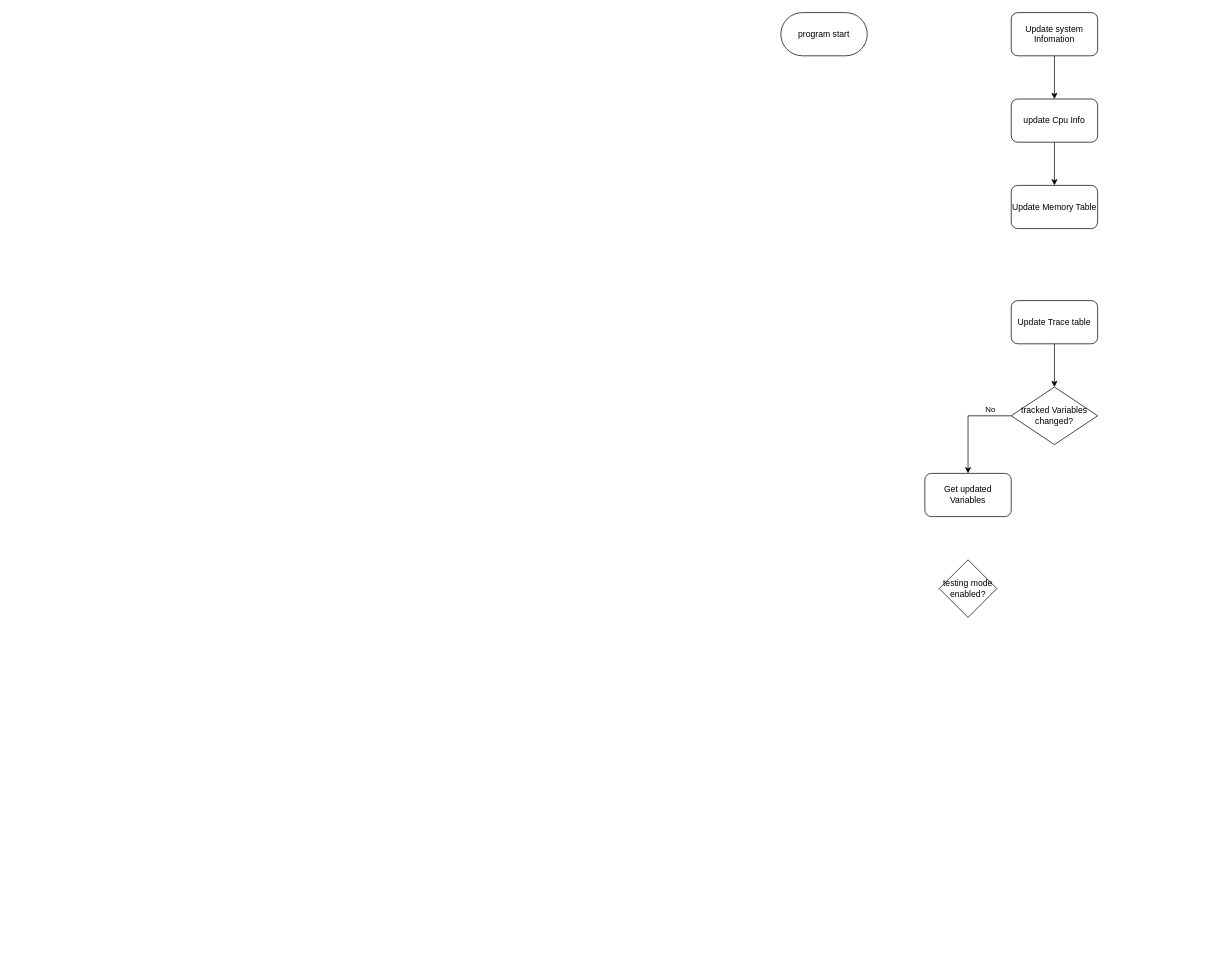
This is flowchart.drawio from yetAnotherEgirl/AQA-Assembly-emulator, a draw.io file, before an edit. Source tidied: cells renumbered, new cells numbered last; positions are measured from the earlier drawing's top-left corner, leaving out a move shared by most shapes. Both pictures are drawn from the tidied source at 72%, with x=0, y=0 at pixel (780, 12).
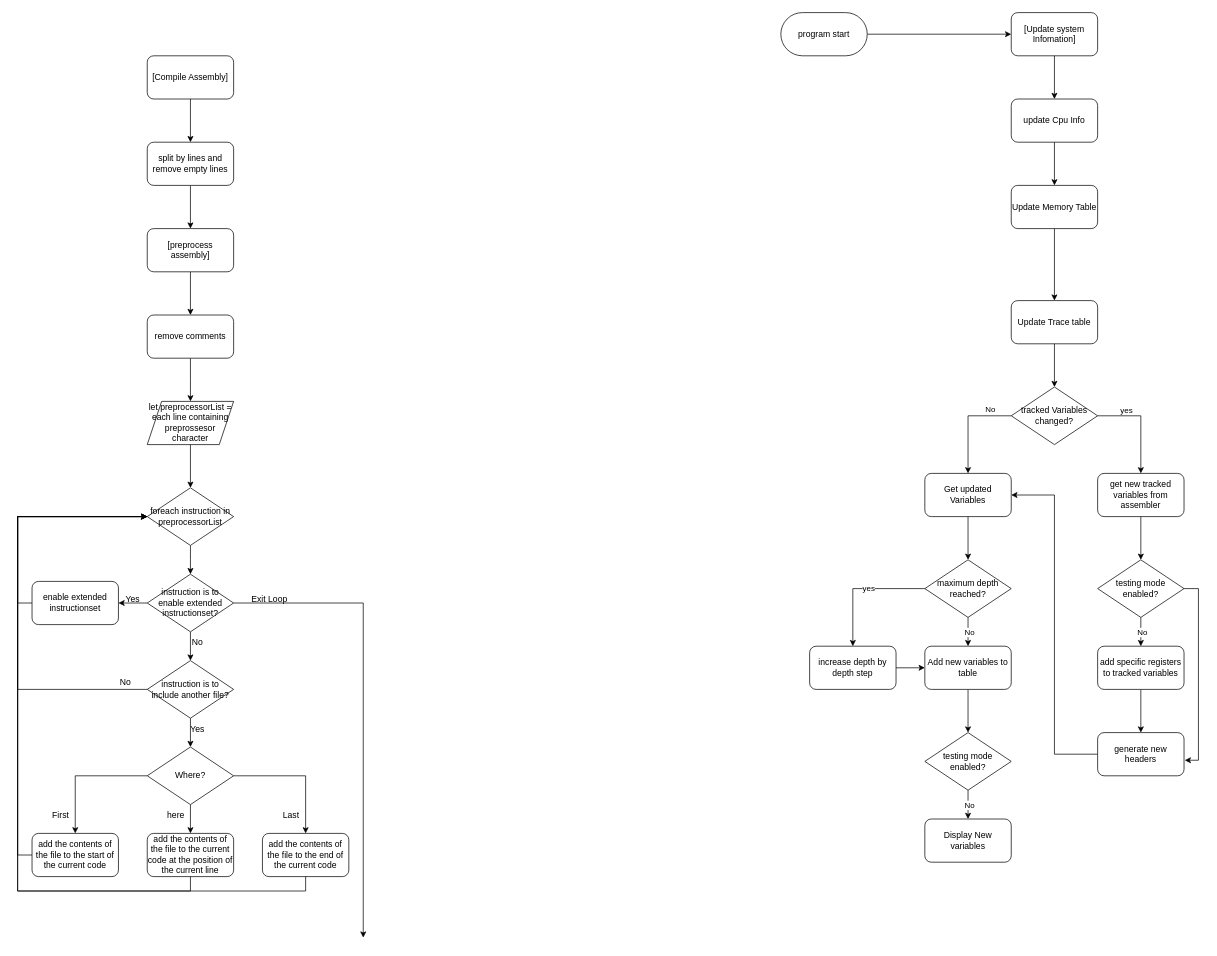
The same page after the edit.

The change refers to these unchanged cells:
```xml
<mxCell id="2" value="&lt;div&gt;program start&lt;/div&gt;" style="rounded=1;whiteSpace=wrap;html=1;arcSize=50;" parent="1" vertex="1">
  <mxGeometry width="120" height="60" as="geometry" />
</mxCell>
<mxCell id="7" value="&lt;div&gt;Update Memory Table&lt;/div&gt;" style="rounded=1;whiteSpace=wrap;html=1;" parent="1" vertex="1">
  <mxGeometry x="320" y="240" width="120" height="60" as="geometry" />
</mxCell>
<mxCell id="8" value="&lt;div&gt;Update Trace table&lt;/div&gt;" style="rounded=1;whiteSpace=wrap;html=1;" parent="1" vertex="1">
  <mxGeometry x="320" y="400" width="120" height="60" as="geometry" />
</mxCell>
<mxCell id="9" value="tracked Variables changed?" style="rhombus;whiteSpace=wrap;html=1;" parent="1" vertex="1">
  <mxGeometry x="320" y="520" width="120" height="80" as="geometry" />
</mxCell>
<mxCell id="13" value="Get updated Variables" style="rounded=1;whiteSpace=wrap;html=1;" parent="1" vertex="1">
  <mxGeometry x="200" y="640" width="120" height="60" as="geometry" />
</mxCell>
```

Diff of the diagram source:
```diff
@@
+    <mxCell id="15" style="edgeStyle=orthogonalEdgeStyle;rounded=0;jettySize=auto;html=1;entryX=0;entryY=0.5;entryDx=0;entryDy=0;" parent="1" edge="1" source="2" target="3">
+      <mxGeometry relative="1" as="geometry" />
+    </mxCell>
@@
-    <mxCell id="3" value="&lt;div&gt;Update system &lt;br&gt;&lt;/div&gt;&lt;div&gt;Infomation&lt;br&gt;&lt;/div&gt;" style="rounded=1;whiteSpace=wrap;html=1;" parent="1" vertex="1">
+    <mxCell id="3" value="&lt;div&gt;[Update system &lt;br&gt;&lt;/div&gt;&lt;div&gt;Infomation]&lt;br&gt;&lt;/div&gt;" style="rounded=1;whiteSpace=wrap;html=1;" parent="1" vertex="1">
       <mxGeometry x="320" width="120" height="60" as="geometry" />
     </mxCell>
@@
+    <mxCell id="16" style="edgeStyle=orthogonalEdgeStyle;rounded=0;jettySize=auto;html=1;entryX=0.5;entryY=0;entryDx=0;entryDy=0;" parent="1" edge="1" source="7" target="8">
+      <mxGeometry relative="1" as="geometry" />
+    </mxCell>
@@
+    <mxCell id="17" style="edgeStyle=orthogonalEdgeStyle;rounded=0;jettySize=auto;html=1;entryX=0.5;entryY=0;entryDx=0;entryDy=0;exitX=0.5;exitY=1;exitDx=0;exitDy=0;" parent="1" edge="1" source="13" target="37">
+      <mxGeometry relative="1" as="geometry" />
+    </mxCell>
@@
     <mxCell id="14" value="testing mode enabled?" style="rhombus;whiteSpace=wrap;html=1;" parent="1" vertex="1">
-      <mxGeometry x="220" y="760" width="80" height="80" as="geometry" />
+      <mxGeometry x="200" y="1000" width="120" height="80" as="geometry" />
     </mxCell>
+    <mxCell id="18" style="endArrow=classic;html=1;rounded=0;exitX=0.5;exitY=1;exitDx=0;exitDy=0;" parent="1" edge="1" source="14">
+      <mxGeometry relative="1" as="geometry">
+        <mxPoint x="260" y="1120" as="targetPoint" />
+      </mxGeometry>
+    </mxCell>
+    <mxCell id="19" value="&lt;div&gt;No&lt;br&gt;&lt;/div&gt;" style="edgeLabel;html=1;align=center;verticalAlign=middle;" parent="18" vertex="1">
+      <mxGeometry relative="1" as="geometry">
+        <mxPoint x="1" as="offset" />
+      </mxGeometry>
+    </mxCell>
+    <mxCell id="20" value="Display New variables" style="rounded=1;whiteSpace=wrap;html=1;" parent="1" vertex="1">
+      <mxGeometry x="200" y="1120" width="120" height="60" as="geometry" />
+    </mxCell>
+    <mxCell id="21" style="edgeStyle=orthogonalEdgeStyle;rounded=0;jettySize=auto;html=1;" parent="1" edge="1" source="22" target="14">
+      <mxGeometry relative="1" as="geometry" />
+    </mxCell>
+    <mxCell id="22" value="Add new variables to table" style="rounded=1;whiteSpace=wrap;html=1;" parent="1" vertex="1">
+      <mxGeometry x="200" y="880" width="120" height="60" as="geometry" />
+    </mxCell>
+    <mxCell id="23" style="endArrow=classic;html=1;rounded=0;exitX=1;exitY=0.5;exitDx=0;exitDy=0;entryX=0.5;entryY=0;entryDx=0;entryDy=0;" parent="1" edge="1" source="9" target="26">
+      <mxGeometry relative="1" as="geometry">
+        <Array as="points">
+          <mxPoint x="500" y="560" />
+        </Array>
+      </mxGeometry>
+    </mxCell>
+    <mxCell id="24" value="&lt;div&gt;yes&lt;/div&gt;" style="edgeLabel;html=1;align=left;verticalAlign=bottom;" parent="23" vertex="1">
+      <mxGeometry x="-1" relative="1" as="geometry">
+        <mxPoint x="30" as="offset" />
+      </mxGeometry>
+    </mxCell>
+    <mxCell id="25" style="edgeStyle=orthogonalEdgeStyle;rounded=0;jettySize=auto;html=1;exitX=0.5;exitY=1;exitDx=0;exitDy=0;" parent="1" edge="1" source="26" target="29">
+      <mxGeometry relative="1" as="geometry" />
+    </mxCell>
+    <mxCell id="26" value="get new tracked variables from assembler" style="rounded=1;whiteSpace=wrap;html=1;" parent="1" vertex="1">
+      <mxGeometry x="440" y="640" width="120" height="60" as="geometry" />
+    </mxCell>
+    <mxCell id="27" style="edgeStyle=orthogonalEdgeStyle;rounded=0;jettySize=auto;html=1;entryX=1;entryY=0.5;entryDx=0;entryDy=0;" parent="1" edge="1" source="28" target="13">
+      <mxGeometry relative="1" as="geometry" />
+    </mxCell>
+    <mxCell id="28" value="generate new headers" style="rounded=1;whiteSpace=wrap;html=1;" parent="1" vertex="1">
+      <mxGeometry x="440" y="1000" width="120" height="60" as="geometry" />
+    </mxCell>
+    <mxCell id="29" value="testing mode enabled?" style="rhombus;whiteSpace=wrap;html=1;" parent="1" vertex="1">
+      <mxGeometry x="440" y="760" width="120" height="80" as="geometry" />
+    </mxCell>
+    <mxCell id="30" style="endArrow=classic;html=1;rounded=0;exitX=0.5;exitY=1;exitDx=0;exitDy=0;entryX=0.5;entryY=0;entryDx=0;entryDy=0;" parent="1" edge="1" source="29" target="33">
+      <mxGeometry relative="1" as="geometry" />
+    </mxCell>
+    <mxCell id="31" value="&lt;div&gt;No&lt;br&gt;&lt;/div&gt;" style="edgeLabel;html=1;align=center;verticalAlign=middle;" parent="30" vertex="1">
+      <mxGeometry relative="1" as="geometry">
+        <mxPoint x="1" as="offset" />
+      </mxGeometry>
+    </mxCell>
+    <mxCell id="32" style="edgeStyle=orthogonalEdgeStyle;rounded=0;jettySize=auto;html=1;exitX=0.5;exitY=1;exitDx=0;exitDy=0;entryX=0.5;entryY=0;entryDx=0;entryDy=0;" parent="1" edge="1" source="33" target="28">
+      <mxGeometry relative="1" as="geometry" />
+    </mxCell>
+    <mxCell id="33" value="&lt;div&gt;add specific registers to tracked variables&lt;/div&gt;" style="rounded=1;whiteSpace=wrap;html=1;" parent="1" vertex="1">
+      <mxGeometry x="440" y="880" width="120" height="60" as="geometry" />
+    </mxCell>
+    <mxCell id="34" style="edgeStyle=orthogonalEdgeStyle;rounded=0;jettySize=auto;html=1;exitX=1;exitY=0.5;exitDx=0;exitDy=0;entryX=1.008;entryY=0.64;entryDx=0;entryDy=0;entryPerimeter=0;" parent="1" edge="1" source="29" target="28">
+      <mxGeometry relative="1" as="geometry" />
+    </mxCell>
+    <mxCell id="35" style="edgeStyle=orthogonalEdgeStyle;rounded=0;jettySize=auto;html=1;entryX=0.5;entryY=0;entryDx=0;entryDy=0;" parent="1" edge="1" source="37" target="41">
+      <mxGeometry relative="1" as="geometry" />
+    </mxCell>
+    <mxCell id="36" value="&lt;div&gt;yes&lt;/div&gt;" style="edgeLabel;html=1;align=center;verticalAlign=middle;" parent="35" vertex="1">
+      <mxGeometry x="-0.12" y="-1" relative="1" as="geometry" />
+    </mxCell>
+    <mxCell id="37" value="maximum depth reached?" style="rhombus;whiteSpace=wrap;html=1;" parent="1" vertex="1">
+      <mxGeometry x="200" y="760" width="120" height="80" as="geometry" />
+    </mxCell>
+    <mxCell id="38" style="endArrow=classic;html=1;rounded=0;exitX=0.5;exitY=1;exitDx=0;exitDy=0;entryX=0.5;entryY=0;entryDx=0;entryDy=0;" parent="1" edge="1" source="37" target="22">
+      <mxGeometry relative="1" as="geometry" />
+    </mxCell>
+    <mxCell id="39" value="&lt;div&gt;No&lt;br&gt;&lt;/div&gt;" style="edgeLabel;html=1;align=center;verticalAlign=middle;" parent="38" vertex="1">
+      <mxGeometry relative="1" as="geometry">
+        <mxPoint x="1" as="offset" />
+      </mxGeometry>
+    </mxCell>
+    <mxCell id="40" style="edgeStyle=orthogonalEdgeStyle;rounded=0;jettySize=auto;html=1;entryX=0;entryY=0.5;entryDx=0;entryDy=0;" parent="1" edge="1" source="41" target="22">
+      <mxGeometry relative="1" as="geometry" />
+    </mxCell>
+    <mxCell id="41" value="increase depth by depth step" style="rounded=1;whiteSpace=wrap;html=1;" parent="1" vertex="1">
+      <mxGeometry x="40" y="880" width="120" height="60" as="geometry" />
+    </mxCell>
+    <mxCell id="42" style="edgeStyle=orthogonalEdgeStyle;rounded=0;jettySize=auto;html=1;entryX=0.5;entryY=0;entryDx=0;entryDy=0;" parent="1" edge="1" source="43" target="45">
+      <mxGeometry relative="1" as="geometry" />
+    </mxCell>
+    <mxCell id="43" value="[Compile Assembly]" style="rounded=1;whiteSpace=wrap;html=1;" parent="1" vertex="1">
+      <mxGeometry x="-880" y="60" width="120" height="60" as="geometry" />
+    </mxCell>
+    <mxCell id="44" style="edgeStyle=orthogonalEdgeStyle;rounded=0;jettySize=auto;html=1;entryX=0.5;entryY=0;entryDx=0;entryDy=0;" parent="1" edge="1" source="45" target="47">
+      <mxGeometry relative="1" as="geometry" />
+    </mxCell>
+    <mxCell id="45" value="split by lines and remove empty lines" style="rounded=1;whiteSpace=wrap;html=1;" parent="1" vertex="1">
+      <mxGeometry x="-880" y="180" width="120" height="60" as="geometry" />
+    </mxCell>
+    <mxCell id="46" style="edgeStyle=orthogonalEdgeStyle;rounded=0;jettySize=auto;html=1;entryX=0.5;entryY=0;entryDx=0;entryDy=0;" parent="1" edge="1" source="47" target="49">
+      <mxGeometry relative="1" as="geometry" />
+    </mxCell>
+    <mxCell id="47" value="[preprocess assembly]" style="rounded=1;whiteSpace=wrap;html=1;" parent="1" vertex="1">
+      <mxGeometry x="-880" y="300" width="120" height="60" as="geometry" />
+    </mxCell>
+    <mxCell id="48" style="edgeStyle=orthogonalEdgeStyle;rounded=0;jettySize=auto;html=1;entryX=0.5;entryY=0;entryDx=0;entryDy=0;" parent="1" edge="1" source="49">
+      <mxGeometry relative="1" as="geometry">
+        <mxPoint x="-820" y="540" as="targetPoint" />
+      </mxGeometry>
+    </mxCell>
+    <mxCell id="49" value="remove comments" style="rounded=1;whiteSpace=wrap;html=1;" parent="1" vertex="1">
+      <mxGeometry x="-880" y="420" width="120" height="60" as="geometry" />
+    </mxCell>
+    <mxCell id="50" style="edgeStyle=orthogonalEdgeStyle;rounded=0;jettySize=auto;html=1;entryX=0.5;entryY=0;entryDx=0;entryDy=0;" parent="1" edge="1" source="51" target="53">
+      <mxGeometry relative="1" as="geometry" />
+    </mxCell>
+    <mxCell id="51" value="let preprocessorList = each line containing preprossesor character" style="shape=parallelogram;perimeter=parallelogramPerimeter;whiteSpace=wrap;html=1;fixedSize=1;" parent="1" vertex="1">
+      <mxGeometry x="-880" y="540" width="120" height="60" as="geometry" />
+    </mxCell>
+    <mxCell id="52" style="edgeStyle=orthogonalEdgeStyle;rounded=0;jettySize=auto;html=1;" parent="1" edge="1" source="53">
+      <mxGeometry relative="1" as="geometry">
+        <mxPoint x="-820" y="780" as="targetPoint" />
+      </mxGeometry>
+    </mxCell>
+    <mxCell id="53" value="foreach instruction in preprocessorList" style="rhombus;whiteSpace=wrap;html=1;" parent="1" vertex="1">
+      <mxGeometry x="-880" y="660" width="120" height="80" as="geometry" />
+    </mxCell>
+    <mxCell id="54" style="edgeStyle=orthogonalEdgeStyle;rounded=0;jettySize=auto;html=1;" parent="1" edge="1" source="56" target="58">
+      <mxGeometry relative="1" as="geometry" />
+    </mxCell>
+    <mxCell id="55" style="edgeStyle=orthogonalEdgeStyle;rounded=0;jettySize=auto;html=1;" parent="1" edge="1" source="56" target="61">
+      <mxGeometry relative="1" as="geometry" />
+    </mxCell>
+    <mxCell id="56" value="instruction is to enable extended instructionset?" style="rhombus;whiteSpace=wrap;html=1;" parent="1" vertex="1">
+      <mxGeometry x="-880" y="780" width="120" height="80" as="geometry" />
+    </mxCell>
+    <mxCell id="57" style="edgeStyle=orthogonalEdgeStyle;rounded=0;jettySize=auto;html=1;entryX=0;entryY=0.5;entryDx=0;entryDy=0;" parent="1" edge="1" source="58" target="53">
+      <mxGeometry relative="1" as="geometry">
+        <Array as="points">
+          <mxPoint x="-1060" y="820" />
+          <mxPoint x="-1060" y="700" />
+        </Array>
+      </mxGeometry>
+    </mxCell>
+    <mxCell id="58" value="enable extended instructionset" style="rounded=1;whiteSpace=wrap;html=1;" parent="1" vertex="1">
+      <mxGeometry x="-1040" y="790" width="120" height="60" as="geometry" />
+    </mxCell>
+    <mxCell id="59" value="Yes" style="text;html=1;align=center;verticalAlign=middle;whiteSpace=wrap;rounded=0;" parent="1" vertex="1">
+      <mxGeometry x="-930" y="800" width="60" height="30" as="geometry" />
+    </mxCell>
+    <mxCell id="60" style="edgeStyle=orthogonalEdgeStyle;rounded=0;jettySize=auto;html=1;" parent="1" edge="1" source="61" target="68">
+      <mxGeometry relative="1" as="geometry" />
+    </mxCell>
+    <mxCell id="61" value="instruction is to include another file?" style="rhombus;whiteSpace=wrap;html=1;" parent="1" vertex="1">
+      <mxGeometry x="-880" y="900" width="120" height="80" as="geometry" />
+    </mxCell>
+    <mxCell id="62" value="No" style="text;html=1;align=center;verticalAlign=middle;whiteSpace=wrap;rounded=0;" parent="1" vertex="1">
+      <mxGeometry x="-840" y="860" width="60" height="30" as="geometry" />
+    </mxCell>
+    <mxCell id="63" style="endArrow=classic;html=1;rounded=0;exitX=0;exitY=0.5;exitDx=0;exitDy=0;" parent="1" edge="1" source="61">
+      <mxGeometry relative="1" as="geometry">
+        <mxPoint x="-880" y="700" as="targetPoint" />
+        <Array as="points">
+          <mxPoint x="-1060" y="940" />
+          <mxPoint x="-1060" y="700" />
+        </Array>
+      </mxGeometry>
+    </mxCell>
+    <mxCell id="64" value="No" style="text;html=1;align=center;verticalAlign=middle;whiteSpace=wrap;rounded=0;" parent="1" vertex="1">
+      <mxGeometry x="-940" y="915" width="60" height="30" as="geometry" />
+    </mxCell>
+    <mxCell id="65" style="edgeStyle=orthogonalEdgeStyle;rounded=0;jettySize=auto;html=1;" parent="1" edge="1" source="68" target="70">
+      <mxGeometry relative="1" as="geometry" />
+    </mxCell>
+    <mxCell id="66" style="edgeStyle=orthogonalEdgeStyle;rounded=0;jettySize=auto;html=1;entryX=0.5;entryY=0;entryDx=0;entryDy=0;" parent="1" edge="1" source="68" target="71">
+      <mxGeometry relative="1" as="geometry" />
+    </mxCell>
+    <mxCell id="67" style="edgeStyle=orthogonalEdgeStyle;rounded=0;jettySize=auto;html=1;exitX=1;exitY=0.5;exitDx=0;exitDy=0;entryX=0.5;entryY=0;entryDx=0;entryDy=0;" parent="1" edge="1" source="68" target="72">
+      <mxGeometry relative="1" as="geometry" />
+    </mxCell>
+    <mxCell id="68" value="Where?" style="rhombus;whiteSpace=wrap;html=1;" parent="1" vertex="1">
+      <mxGeometry x="-880" y="1020" width="120" height="80" as="geometry" />
+    </mxCell>
+    <mxCell id="69" value="&lt;div&gt;Yes&lt;/div&gt;" style="text;html=1;align=center;verticalAlign=middle;whiteSpace=wrap;rounded=0;" parent="1" vertex="1">
+      <mxGeometry x="-840" y="980" width="60" height="30" as="geometry" />
+    </mxCell>
+    <mxCell id="70" value="add the contents of the file to the current code at the position of the current line" style="rounded=1;whiteSpace=wrap;html=1;" parent="1" vertex="1">
+      <mxGeometry x="-880" y="1140" width="120" height="60" as="geometry" />
+    </mxCell>
+    <mxCell id="71" value="add the contents of the file to the start of the current code" style="rounded=1;whiteSpace=wrap;html=1;" parent="1" vertex="1">
+      <mxGeometry x="-1040" y="1140" width="120" height="60" as="geometry" />
+    </mxCell>
+    <mxCell id="72" value="add the contents of the file to the end of the current code" style="rounded=1;whiteSpace=wrap;html=1;" parent="1" vertex="1">
+      <mxGeometry x="-720" y="1140" width="120" height="60" as="geometry" />
+    </mxCell>
+    <mxCell id="73" value="First" style="text;html=1;align=center;verticalAlign=middle;whiteSpace=wrap;rounded=0;" parent="1" vertex="1">
+      <mxGeometry x="-1030" y="1100" width="60" height="30" as="geometry" />
+    </mxCell>
+    <mxCell id="74" value="here" style="text;html=1;align=center;verticalAlign=middle;whiteSpace=wrap;rounded=0;" parent="1" vertex="1">
+      <mxGeometry x="-870" y="1100" width="60" height="30" as="geometry" />
+    </mxCell>
+    <mxCell id="75" value="Last" style="text;html=1;align=center;verticalAlign=middle;whiteSpace=wrap;rounded=0;" parent="1" vertex="1">
+      <mxGeometry x="-710" y="1100" width="60" height="30" as="geometry" />
+    </mxCell>
+    <mxCell id="76" style="edgeStyle=orthogonalEdgeStyle;rounded=0;jettySize=auto;html=1;" parent="1" edge="1" source="71">
+      <mxGeometry relative="1" as="geometry">
+        <mxPoint x="-880" y="700" as="targetPoint" />
+        <Array as="points">
+          <mxPoint x="-1060" y="1170" />
+          <mxPoint x="-1060" y="700" />
+          <mxPoint x="-882" y="700" />
+        </Array>
+      </mxGeometry>
+    </mxCell>
+    <mxCell id="77" style="endArrow=classic;html=1;rounded=0;exitX=0.5;exitY=1;exitDx=0;exitDy=0;" parent="1" edge="1" source="70">
+      <mxGeometry relative="1" as="geometry">
+        <mxPoint x="-880" y="700" as="targetPoint" />
+        <Array as="points">
+          <mxPoint x="-820" y="1220" />
+          <mxPoint x="-1060" y="1220" />
+          <mxPoint x="-1060" y="700" />
+        </Array>
+      </mxGeometry>
+    </mxCell>
+    <mxCell id="78" style="endArrow=classic;html=1;rounded=0;exitX=0.5;exitY=1;exitDx=0;exitDy=0;entryX=0;entryY=0.5;entryDx=0;entryDy=0;" parent="1" edge="1" source="72" target="53">
+      <mxGeometry relative="1" as="geometry">
+        <Array as="points">
+          <mxPoint x="-660" y="1220" />
+          <mxPoint x="-1060" y="1220" />
+          <mxPoint x="-1060" y="700" />
+        </Array>
+      </mxGeometry>
+    </mxCell>
+    <mxCell id="79" style="endArrow=classic;html=1;rounded=0;exitX=1;exitY=0.5;exitDx=0;exitDy=0;" parent="1" edge="1" source="56">
+      <mxGeometry relative="1" as="geometry">
+        <mxPoint x="-580" y="1284.8" as="targetPoint" />
+        <Array as="points">
+          <mxPoint x="-580" y="820" />
+        </Array>
+      </mxGeometry>
+    </mxCell>
+    <mxCell id="80" value="Exit Loop" style="text;html=1;align=center;verticalAlign=middle;whiteSpace=wrap;rounded=0;" parent="1" vertex="1">
+      <mxGeometry x="-740" y="800" width="60" height="30" as="geometry" />
+    </mxCell>
```
